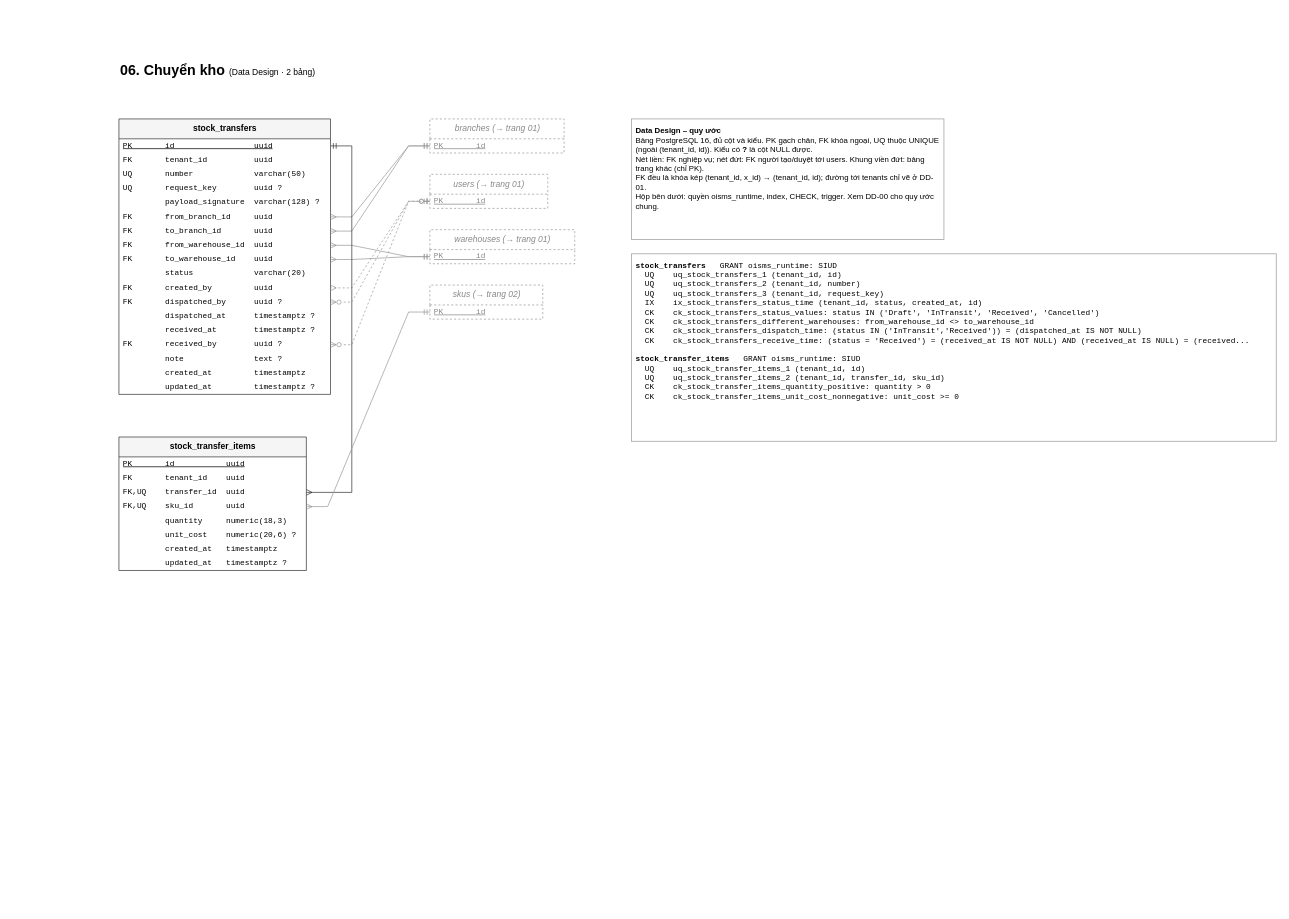
khoalvd839764-netizen/OISMS keeps this draw.io diagram as page "DD-06 Chuyển kho" (7 of 11) of docs/database/data-design/oisms-data-design.drawio. Above is the earlier version. Source tidied: cells renumbered, new cells numbered last; positions are measured from the earlier drawing's top-left corner, leaving out a move shared by most shapes. Both pictures are drawn from the tidied source at 71%, with x=0, y=0 at pixel (119, 55).
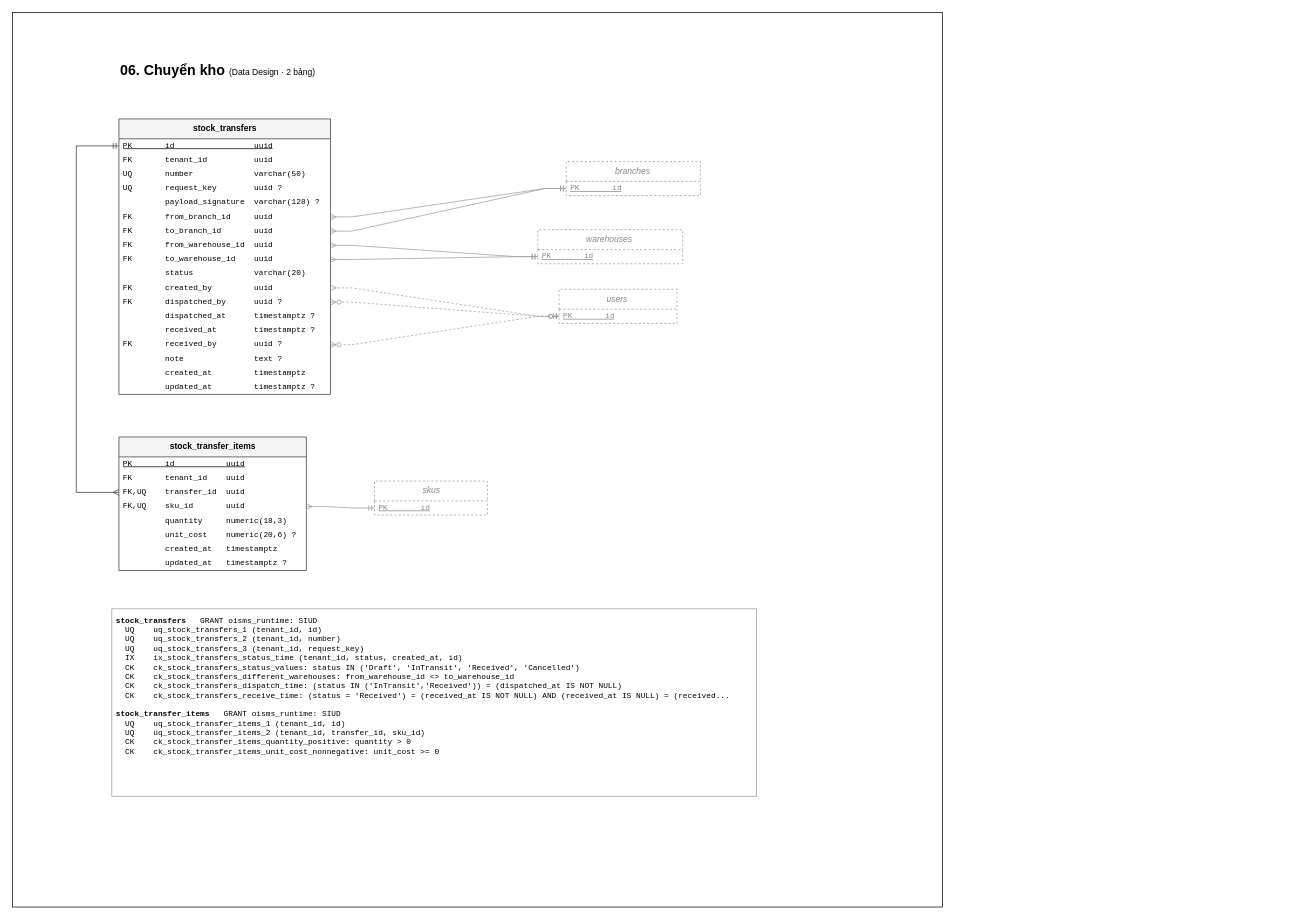
The same diagram, later.

Commit message (it also covers changes not shown here):
[OISMS-66] docs(database): cập nhật sơ đồ ERD và Data Design

Unchanged cells that the change refers to:
```xml
<mxCell id="4" value="&lt;u&gt;PK&amp;nbsp;&amp;nbsp;&amp;nbsp;&amp;nbsp;&amp;nbsp;&amp;nbsp;&amp;nbsp;id&amp;nbsp;&amp;nbsp;&amp;nbsp;&amp;nbsp;&amp;nbsp;&amp;nbsp;&amp;nbsp;&amp;nbsp;&amp;nbsp;&amp;nbsp;&amp;nbsp;&amp;nbsp;&amp;nbsp;&amp;nbsp;&amp;nbsp;&amp;nbsp;&amp;nbsp;uuid&lt;/u&gt;" style="text;strokeColor=none;fillColor=none;align=left;verticalAlign=middle;spacingLeft=4;spacingRight=4;overflow=hidden;points=[[0,0.5],[1,0.5]];portConstraint=eastwest;html=1;fontFamily=Courier New;fontSize=11;" parent="3" vertex="1">
  <mxGeometry y="28" width="298" height="20" as="geometry" />
</mxCell>
<mxCell id="25" value="FK,UQ&amp;nbsp;&amp;nbsp;&amp;nbsp;&amp;nbsp;transfer_id&amp;nbsp;&amp;nbsp;uuid" style="text;strokeColor=none;fillColor=none;align=left;verticalAlign=middle;spacingLeft=4;spacingRight=4;overflow=hidden;points=[[0,0.5],[1,0.5]];portConstraint=eastwest;html=1;fontFamily=Courier New;fontSize=11;" parent="22" vertex="1">
  <mxGeometry y="68" width="264" height="20" as="geometry" />
</mxCell>
```

What changed in the source:
```diff
@@
+    <mxCell id="50" style="rounded=0;whiteSpace=wrap;html=1;" parent="1" vertex="1">
+      <mxGeometry x="-150" y="-60" width="1310" height="1260" as="geometry" />
+    </mxCell>
@@
-    <mxCell id="31" value="branches  (→ trang 01)" style="swimlane;fontStyle=2;horizontal=1;startSize=28;html=1;rounded=0;fillColor=#FFFFFF;strokeColor=#999999;fontColor=#888888;dashed=1;" parent="1" vertex="1">
-      <mxGeometry x="438" y="90" width="189" height="48" as="geometry" />
+    <mxCell id="31" value="branches&amp;nbsp;" style="swimlane;fontStyle=2;horizontal=1;startSize=28;html=1;rounded=0;fillColor=#FFFFFF;strokeColor=#999999;fontColor=#888888;dashed=1;" parent="1" vertex="1">
+      <mxGeometry x="630" y="150" width="189" height="48" as="geometry" />
     </mxCell>
@@
-    <mxCell id="33" value="users  (→ trang 01)" style="swimlane;fontStyle=2;horizontal=1;startSize=28;html=1;rounded=0;fillColor=#FFFFFF;strokeColor=#999999;fontColor=#888888;dashed=1;" parent="1" vertex="1">
-      <mxGeometry x="438" y="168" width="166" height="48" as="geometry" />
+    <mxCell id="33" value="users&amp;nbsp;" style="swimlane;fontStyle=2;horizontal=1;startSize=28;html=1;rounded=0;fillColor=#FFFFFF;strokeColor=#999999;fontColor=#888888;dashed=1;" parent="1" vertex="1">
+      <mxGeometry x="620" y="330" width="166" height="48" as="geometry" />
     </mxCell>
@@
-    <mxCell id="35" value="warehouses  (→ trang 01)" style="swimlane;fontStyle=2;horizontal=1;startSize=28;html=1;rounded=0;fillColor=#FFFFFF;strokeColor=#999999;fontColor=#888888;dashed=1;" parent="1" vertex="1">
-      <mxGeometry x="438" y="246" width="204" height="48" as="geometry" />
+    <mxCell id="35" value="warehouses&amp;nbsp;" style="swimlane;fontStyle=2;horizontal=1;startSize=28;html=1;rounded=0;fillColor=#FFFFFF;strokeColor=#999999;fontColor=#888888;dashed=1;" parent="1" vertex="1">
+      <mxGeometry x="590" y="246" width="204" height="48" as="geometry" />
     </mxCell>
@@
-    <mxCell id="37" value="skus  (→ trang 02)" style="swimlane;fontStyle=2;horizontal=1;startSize=28;html=1;rounded=0;fillColor=#FFFFFF;strokeColor=#999999;fontColor=#888888;dashed=1;" parent="1" vertex="1">
-      <mxGeometry x="438" y="324" width="159" height="48" as="geometry" />
+    <mxCell id="37" value="skus" style="swimlane;fontStyle=2;horizontal=1;startSize=28;html=1;rounded=0;fillColor=#FFFFFF;strokeColor=#999999;fontColor=#888888;dashed=1;" parent="1" vertex="1">
+      <mxGeometry x="360" y="600" width="159" height="48" as="geometry" />
     </mxCell>
@@
-    <mxCell id="45" style="edgeStyle=entityRelationEdgeStyle;fontSize=10;html=1;endArrow=ERmany;startArrow=ERmandOne;endFill=0;startFill=0;rounded=0;strokeColor=#333333;fontColor=#333333;labelBackgroundColor=#FFFFFF;" parent="1" edge="1" source="4" target="25">
-      <mxGeometry relative="1" as="geometry" />
+    <mxCell id="45" style="edgeStyle=orthogonalEdgeStyle;fontSize=10;html=1;endArrow=ERmany;startArrow=ERmandOne;endFill=0;startFill=0;rounded=0;strokeColor=#333333;fontColor=#333333;labelBackgroundColor=#FFFFFF;" parent="1" edge="1" source="4" target="25">
+      <mxGeometry relative="1" as="geometry">
+        <Array as="points">
+          <mxPoint x="-60" y="128" />
+          <mxPoint x="-60" y="616" />
+        </Array>
+      </mxGeometry>
     </mxCell>
@@
-    <mxCell id="48" value="&lt;b&gt;Data Design – quy ước&lt;/b&gt;&lt;br&gt;Bảng PostgreSQL 16, đủ cột và kiểu. PK gạch chân, FK khóa ngoại, UQ thuộc UNIQUE (ngoài (tenant_id, id)). Kiểu có &lt;b&gt;?&lt;/b&gt; là cột NULL được.&lt;br&gt;Nét liền: FK nghiệp vụ; nét đứt: FK người tạo/duyệt tới users. Khung viền đứt: bảng trang khác (chỉ PK).&lt;br&gt;FK đều là khóa kép (tenant_id, x_id) → (tenant_id, id); đường tới tenants chỉ vẽ ở DD-01.&lt;br&gt;Hộp bên dưới: quyền oisms_runtime, index, CHECK, trigger. Xem DD-00 cho quy ước chung." style="text;html=1;align=left;verticalAlign=top;whiteSpace=wrap;spacing=6;strokeColor=#999999;fillColor=#FFFFFF;fontSize=11;" parent="1" vertex="1">
-      <mxGeometry x="722" y="90" width="440" height="170" as="geometry" />
-    </mxCell>
     <mxCell id="49" value="&lt;b&gt;stock_transfers&lt;/b&gt;&amp;nbsp;&amp;nbsp; GRANT oisms_runtime: SIUD&lt;br&gt;&amp;nbsp;&amp;nbsp;UQ&amp;nbsp;&amp;nbsp;&amp;nbsp;&amp;nbsp;uq_stock_transfers_1 (tenant_id, id)&lt;br&gt;&amp;nbsp;&amp;nbsp;UQ&amp;nbsp;&amp;nbsp;&amp;nbsp;&amp;nbsp;uq_stock_transfers_2 (tenant_id, number)&lt;br&gt;&amp;nbsp;&amp;nbsp;UQ&amp;nbsp;&amp;nbsp;&amp;nbsp;&amp;nbsp;uq_stock_transfers_3 (tenant_id, request_key)&lt;br&gt;&amp;nbsp;&amp;nbsp;IX&amp;nbsp;&amp;nbsp;&amp;nbsp;&amp;nbsp;ix_stock_transfers_status_time (tenant_id, status, created_at, id)&lt;br&gt;&amp;nbsp;&amp;nbsp;CK&amp;nbsp;&amp;nbsp;&amp;nbsp;&amp;nbsp;ck_stock_transfers_status_values: status IN ('Draft', 'InTransit', 'Received', 'Cancelled')&lt;br&gt;&amp;nbsp;&amp;nbsp;CK&amp;nbsp;&amp;nbsp;&amp;nbsp;&amp;nbsp;ck_stock_transfers_different_warehouses: from_warehouse_id &amp;lt;&amp;gt; to_warehouse_id&lt;br&gt;&amp;nbsp;&amp;nbsp;CK&amp;nbsp;&amp;nbsp;&amp;nbsp;&amp;nbsp;ck_stock_transfers_dispatch_time: (status IN ('InTransit','Received')) = (dispatched_at IS NOT NULL)&lt;br&gt;&amp;nbsp;&amp;nbsp;CK&amp;nbsp;&amp;nbsp;&amp;nbsp;&amp;nbsp;ck_stock_transfers_receive_time: (status = 'Received') = (received_at IS NOT NULL) AND (received_at IS NULL) = (received...&lt;br&gt;&lt;br&gt;&lt;b&gt;stock_transfer_items&lt;/b&gt;&amp;nbsp;&amp;nbsp; GRANT oisms_runtime: SIUD&lt;br&gt;&amp;nbsp;&amp;nbsp;UQ&amp;nbsp;&amp;nbsp;&amp;nbsp;&amp;nbsp;uq_stock_transfer_items_1 (tenant_id, id)&lt;br&gt;&amp;nbsp;&amp;nbsp;UQ&amp;nbsp;&amp;nbsp;&amp;nbsp;&amp;nbsp;uq_stock_transfer_items_2 (tenant_id, transfer_id, sku_id)&lt;br&gt;&amp;nbsp;&amp;nbsp;CK&amp;nbsp;&amp;nbsp;&amp;nbsp;&amp;nbsp;ck_stock_transfer_items_quantity_positive: quantity &amp;gt; 0&lt;br&gt;&amp;nbsp;&amp;nbsp;CK&amp;nbsp;&amp;nbsp;&amp;nbsp;&amp;nbsp;ck_stock_transfer_items_unit_cost_nonnegative: unit_cost &amp;gt;= 0&lt;br&gt;" style="text;html=1;align=left;verticalAlign=top;whiteSpace=wrap;spacing=6;strokeColor=#999999;fillColor=#FFFFFF;fontSize=11;fontFamily=Courier New;" parent="1" vertex="1">
-      <mxGeometry x="722" y="280" width="908" height="264" as="geometry" />
+      <mxGeometry x="-10" y="780" width="908" height="264" as="geometry" />
     </mxCell>
```
